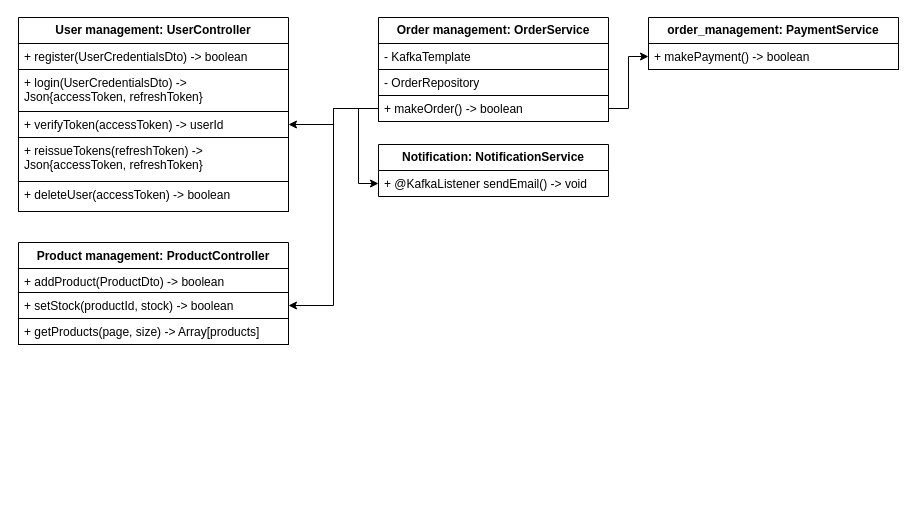
Earlier version of the draw.io diagram class_diagram.drawio (vacu9708/Shopping-mall). Source tidied: cells renumbered, new cells numbered last; positions are measured from the earlier drawing's top-left corner, leaving out a move shared by most shapes. Both pictures are drawn from the tidied source at 100%, with x=0, y=0 at pixel (18, 17).
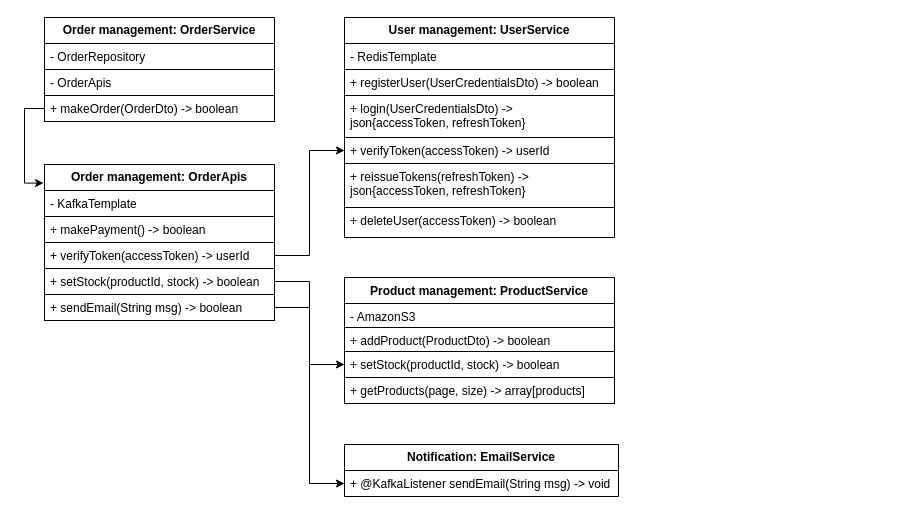
The same page after the edit.

Change to the diagram source:
```diff
@@
     <mxCell id="2" value="&lt;b&gt;Order management: OrderService&lt;/b&gt;" style="swimlane;fontStyle=0;horizontal=1;startSize=26;fillColor=none;whiteSpace=wrap;html=1;" parent="1" vertex="1">
-      <mxGeometry x="360" width="230" height="104" as="geometry" />
+      <mxGeometry x="26" width="230" height="104" as="geometry" />
     </mxCell>
-    <mxCell id="3" value="- KafkaTemplate" style="text;strokeColor=default;fillColor=default;align=left;verticalAlign=top;spacingLeft=4;spacingRight=4;overflow=hidden;whiteSpace=wrap;html=1;" parent="2" vertex="1">
-      <mxGeometry y="26" width="230" height="26" as="geometry" />
-    </mxCell>
     <mxCell id="4" value="- OrderRepository" style="text;strokeColor=default;fillColor=default;align=left;verticalAlign=top;spacingLeft=4;spacingRight=4;overflow=hidden;whiteSpace=wrap;html=1;" parent="2" vertex="1">
-      <mxGeometry y="52" width="230" height="26" as="geometry" />
+      <mxGeometry y="26" width="230" height="26" as="geometry" />
     </mxCell>
+    <mxCell id="24" value="- OrderApis" style="text;strokeColor=default;fillColor=default;align=left;verticalAlign=top;spacingLeft=4;spacingRight=4;overflow=hidden;whiteSpace=wrap;html=1;" parent="2" vertex="1">
+      <mxGeometry y="52" width="230" height="26" as="geometry" />
+    </mxCell>
-    <mxCell id="5" value="+ makeOrder() -&amp;gt; boolean" style="text;strokeColor=default;fillColor=default;align=left;verticalAlign=top;spacingLeft=4;spacingRight=4;overflow=hidden;points=[[0,0.5],[1,0.5]];portConstraint=eastwest;whiteSpace=wrap;html=1;" parent="2" vertex="1">
+    <mxCell id="5" value="+ makeOrder(OrderDto) -&amp;gt; boolean" style="text;strokeColor=default;fillColor=default;align=left;verticalAlign=top;spacingLeft=4;spacingRight=4;overflow=hidden;points=[[0,0.5],[1,0.5]];portConstraint=eastwest;whiteSpace=wrap;html=1;" parent="2" vertex="1">
       <mxGeometry y="78" width="230" height="26" as="geometry" />
     </mxCell>
-    <mxCell id="6" value="&lt;b&gt;User management: UserController&lt;/b&gt;" style="swimlane;fontStyle=0;horizontal=1;startSize=26;fillColor=none;whiteSpace=wrap;html=1;" parent="1" vertex="1">
-      <mxGeometry width="270" height="194" as="geometry" />
+    <mxCell id="6" value="&lt;b&gt;User management: UserService&lt;/b&gt;" style="swimlane;fontStyle=0;horizontal=1;startSize=26;fillColor=none;whiteSpace=wrap;html=1;" parent="1" vertex="1">
+      <mxGeometry x="326" width="270" height="220" as="geometry" />
     </mxCell>
-    <mxCell id="7" value="+ register(UserCredentialsDto) -&amp;gt; boolean" style="text;strokeColor=default;fillColor=none;align=left;verticalAlign=top;spacingLeft=4;spacingRight=4;overflow=hidden;whiteSpace=wrap;html=1;" parent="6" vertex="1">
-      <mxGeometry y="26" width="270" height="26" as="geometry" />
-    </mxCell>
+    <mxCell id="25" value="- RedisTemplate" style="text;strokeColor=default;fillColor=none;align=left;verticalAlign=top;spacingLeft=4;spacingRight=4;overflow=hidden;whiteSpace=wrap;html=1;" parent="6" vertex="1">
+      <mxGeometry y="26" width="270" height="26" as="geometry" />
+    </mxCell>
+    <mxCell id="26" value="+ registerUser(UserCredentialsDto) -&amp;gt; boolean" style="text;strokeColor=default;fillColor=none;align=left;verticalAlign=top;spacingLeft=4;spacingRight=4;overflow=hidden;whiteSpace=wrap;html=1;" parent="6" vertex="1">
+      <mxGeometry y="52" width="270" height="26" as="geometry" />
+    </mxCell>
-    <mxCell id="8" value="+ login(UserCredentialsDto&lt;span style=&quot;background-color: initial;&quot;&gt;) -&amp;gt; Json{accessToken, refreshToken}&lt;/span&gt;" style="text;strokeColor=default;fillColor=none;align=left;verticalAlign=top;spacingLeft=4;spacingRight=4;overflow=hidden;whiteSpace=wrap;html=1;" parent="6" vertex="1">
-      <mxGeometry y="52" width="270" height="42" as="geometry" />
+    <mxCell id="8" value="+ login(UserCredentialsDto&lt;span style=&quot;background-color: initial;&quot;&gt;) -&amp;gt; json{accessToken, refreshToken}&lt;/span&gt;" style="text;strokeColor=default;fillColor=none;align=left;verticalAlign=top;spacingLeft=4;spacingRight=4;overflow=hidden;whiteSpace=wrap;html=1;" parent="6" vertex="1">
+      <mxGeometry y="78" width="270" height="42" as="geometry" />
     </mxCell>
     <mxCell id="9" value="&lt;p style=&quot;margin-top: 0pt; margin-bottom: 0pt; margin-left: 0in; direction: ltr; unicode-bidi: embed; word-break: normal;&quot;&gt;+ verifyToken(accessToken) -&amp;gt; userId&lt;br&gt;&lt;/p&gt;" style="text;strokeColor=default;fillColor=none;align=left;verticalAlign=top;spacingLeft=4;spacingRight=4;overflow=hidden;points=[[0,0.5],[1,0.5]];portConstraint=eastwest;whiteSpace=wrap;html=1;" parent="6" vertex="1">
-      <mxGeometry y="94" width="270" height="26" as="geometry" />
+      <mxGeometry y="120" width="270" height="26" as="geometry" />
     </mxCell>
-    <mxCell id="10" value="&lt;p style=&quot;margin-top: 0pt; margin-bottom: 0pt; margin-left: 0in; direction: ltr; unicode-bidi: embed; word-break: normal;&quot;&gt;+ reissueTokens(refreshToken) -&amp;gt; Json{accessToken, refreshToken}&lt;br&gt;&lt;/p&gt;" style="text;strokeColor=default;fillColor=none;align=left;verticalAlign=top;spacingLeft=4;spacingRight=4;overflow=hidden;whiteSpace=wrap;html=1;" parent="6" vertex="1">
-      <mxGeometry y="120" width="270" height="44" as="geometry" />
+    <mxCell id="10" value="&lt;p style=&quot;margin-top: 0pt; margin-bottom: 0pt; margin-left: 0in; direction: ltr; unicode-bidi: embed; word-break: normal;&quot;&gt;+ reissueTokens(refreshToken) -&amp;gt; json{accessToken, refreshToken}&lt;br&gt;&lt;/p&gt;" style="text;strokeColor=default;fillColor=none;align=left;verticalAlign=top;spacingLeft=4;spacingRight=4;overflow=hidden;whiteSpace=wrap;html=1;" parent="6" vertex="1">
+      <mxGeometry y="146" width="270" height="44" as="geometry" />
     </mxCell>
     <mxCell id="11" value="&lt;p style=&quot;margin-top: 0pt; margin-bottom: 0pt; margin-left: 0in; direction: ltr; unicode-bidi: embed; word-break: normal;&quot;&gt;+ deleteUser(accessToken) -&amp;gt; boolean&lt;br&gt;&lt;/p&gt;" style="text;strokeColor=default;fillColor=none;align=left;verticalAlign=top;spacingLeft=4;spacingRight=4;overflow=hidden;whiteSpace=wrap;html=1;" parent="6" vertex="1">
-      <mxGeometry y="164" width="270" height="30" as="geometry" />
+      <mxGeometry y="190" width="270" height="30" as="geometry" />
     </mxCell>
-    <mxCell id="12" value="Product management: ProductController" style="swimlane;fontStyle=1;align=center;verticalAlign=top;horizontal=1;startSize=26;whiteSpace=wrap;html=1;fillColor=none;" parent="1" vertex="1">
-      <mxGeometry y="225" width="270" height="102" as="geometry" />
+    <mxCell id="12" value="Product management: ProductService" style="swimlane;fontStyle=1;align=center;verticalAlign=top;horizontal=1;startSize=26;whiteSpace=wrap;html=1;fillColor=none;" parent="1" vertex="1">
+      <mxGeometry x="326" y="260" width="270" height="126" as="geometry" />
     </mxCell>
+    <mxCell id="27" value="- AmazonS3" style="text;strokeColor=default;fillColor=none;align=left;verticalAlign=top;spacingLeft=4;spacingRight=4;overflow=hidden;whiteSpace=wrap;html=1;" parent="12" vertex="1">
+      <mxGeometry y="26" width="270" height="24" as="geometry" />
+    </mxCell>
     <mxCell id="13" value="+ addProduct(ProductDto) -&amp;gt; boolean" style="text;strokeColor=default;fillColor=none;align=left;verticalAlign=top;spacingLeft=4;spacingRight=4;overflow=hidden;whiteSpace=wrap;html=1;" parent="12" vertex="1">
-      <mxGeometry y="26" width="270" height="24" as="geometry" />
+      <mxGeometry y="50" width="270" height="24" as="geometry" />
     </mxCell>
     <mxCell id="14" value="+ setStock(productId, stock) -&amp;gt; boolean" style="text;strokeColor=default;fillColor=none;align=left;verticalAlign=top;spacingLeft=4;spacingRight=4;overflow=hidden;points=[[0,0.5],[1,0.5]];portConstraint=eastwest;whiteSpace=wrap;html=1;" parent="12" vertex="1">
-      <mxGeometry y="50" width="270" height="26" as="geometry" />
+      <mxGeometry y="74" width="270" height="26" as="geometry" />
     </mxCell>
-    <mxCell id="15" value="&lt;p style=&quot;margin-top: 0pt; margin-bottom: 0pt; margin-left: 0in; direction: ltr; unicode-bidi: embed; word-break: normal;&quot;&gt;+ getProducts(page, size) -&amp;gt; Array[products]&lt;br&gt;&lt;/p&gt;" style="text;strokeColor=default;fillColor=none;align=left;verticalAlign=top;spacingLeft=4;spacingRight=4;overflow=hidden;whiteSpace=wrap;html=1;" parent="12" vertex="1">
-      <mxGeometry y="76" width="270" height="26" as="geometry" />
+    <mxCell id="15" value="&lt;p style=&quot;margin-top: 0pt; margin-bottom: 0pt; margin-left: 0in; direction: ltr; unicode-bidi: embed; word-break: normal;&quot;&gt;+ getProducts(page, size) -&amp;gt; array[products]&lt;br&gt;&lt;/p&gt;" style="text;strokeColor=default;fillColor=none;align=left;verticalAlign=top;spacingLeft=4;spacingRight=4;overflow=hidden;whiteSpace=wrap;html=1;" parent="12" vertex="1">
+      <mxGeometry y="100" width="270" height="26" as="geometry" />
     </mxCell>
-    <mxCell id="16" value="&lt;b&gt;Notification: NotificationService&lt;/b&gt;" style="swimlane;fontStyle=0;horizontal=1;startSize=26;fillColor=none;whiteSpace=wrap;html=1;" parent="1" vertex="1">
-      <mxGeometry x="360" y="127" width="230" height="52" as="geometry" />
+    <mxCell id="16" value="&lt;b&gt;Notification: EmailService&lt;/b&gt;" style="swimlane;fontStyle=0;horizontal=1;startSize=26;fillColor=none;whiteSpace=wrap;html=1;" parent="1" vertex="1">
+      <mxGeometry x="326" y="427" width="274" height="52" as="geometry" />
     </mxCell>
-    <mxCell id="17" value="+ @KafkaListener sendEmail() -&amp;gt; void" style="text;strokeColor=none;fillColor=none;align=left;verticalAlign=top;spacingLeft=4;spacingRight=4;overflow=hidden;points=[[0,0.5],[1,0.5]];portConstraint=eastwest;whiteSpace=wrap;html=1;" parent="16" vertex="1">
-      <mxGeometry y="26" width="230" height="26" as="geometry" />
+    <mxCell id="17" value="+ @KafkaListener sendEmail(String msg) -&amp;gt; void" style="text;strokeColor=none;fillColor=none;align=left;verticalAlign=top;spacingLeft=4;spacingRight=4;overflow=hidden;points=[[0,0.5],[1,0.5]];portConstraint=eastwest;whiteSpace=wrap;html=1;" parent="16" vertex="1">
+      <mxGeometry y="26" width="274" height="26" as="geometry" />
     </mxCell>
-    <mxCell id="18" value="&lt;b&gt;order_management: PaymentService&lt;/b&gt;" style="swimlane;fontStyle=0;horizontal=1;startSize=26;fillColor=none;whiteSpace=wrap;html=1;" parent="1" vertex="1">
-      <mxGeometry x="630" width="250" height="52" as="geometry" />
+    <mxCell id="18" value="&lt;b&gt;Order management: OrderApis&lt;/b&gt;" style="swimlane;fontStyle=0;horizontal=1;startSize=26;fillColor=none;whiteSpace=wrap;html=1;" parent="1" vertex="1">
+      <mxGeometry x="26" y="147" width="230" height="156" as="geometry" />
     </mxCell>
+    <mxCell id="3" value="- KafkaTemplate" style="text;strokeColor=default;fillColor=default;align=left;verticalAlign=top;spacingLeft=4;spacingRight=4;overflow=hidden;whiteSpace=wrap;html=1;" parent="18" vertex="1">
+      <mxGeometry y="26" width="230" height="26" as="geometry" />
+    </mxCell>
     <mxCell id="19" value="+ makePayment() -&amp;gt; boolean" style="text;strokeColor=default;fillColor=default;align=left;verticalAlign=top;spacingLeft=4;spacingRight=4;overflow=hidden;points=[[0,0.5],[1,0.5]];portConstraint=eastwest;whiteSpace=wrap;html=1;" parent="18" vertex="1">
-      <mxGeometry y="26" width="250" height="26" as="geometry" />
+      <mxGeometry y="52" width="230" height="26" as="geometry" />
     </mxCell>
-    <mxCell id="20" style="edgeStyle=orthogonalEdgeStyle;rounded=0;jettySize=auto;html=1;entryX=1;entryY=0.5;entryDx=0;entryDy=0;" parent="1" edge="1" source="5" target="14">
-      <mxGeometry relative="1" as="geometry" />
-    </mxCell>
-    <mxCell id="21" style="edgeStyle=orthogonalEdgeStyle;rounded=0;jettySize=auto;html=1;entryX=1;entryY=0.5;entryDx=0;entryDy=0;" parent="1" edge="1" source="5" target="9">
-      <mxGeometry relative="1" as="geometry" />
-    </mxCell>
-    <mxCell id="22" style="edgeStyle=orthogonalEdgeStyle;rounded=0;jettySize=auto;html=1;entryX=0;entryY=0.5;entryDx=0;entryDy=0;" parent="1" edge="1" source="5" target="17">
-      <mxGeometry relative="1" as="geometry" />
-    </mxCell>
-    <mxCell id="23" style="edgeStyle=orthogonalEdgeStyle;rounded=0;jettySize=auto;html=1;entryX=0;entryY=0.5;entryDx=0;entryDy=0;" parent="1" edge="1" source="5" target="19">
-      <mxGeometry relative="1" as="geometry" />
-    </mxCell>
+    <mxCell id="28" value="+ verifyToken(accessToken) -&amp;gt; userId" style="text;strokeColor=default;fillColor=default;align=left;verticalAlign=top;spacingLeft=4;spacingRight=4;overflow=hidden;points=[[0,0.5],[1,0.5]];portConstraint=eastwest;whiteSpace=wrap;html=1;" parent="18" vertex="1">
+      <mxGeometry y="78" width="230" height="26" as="geometry" />
+    </mxCell>
+    <mxCell id="29" value="+ setStock(productId, stock) -&amp;gt; boolean" style="text;strokeColor=default;fillColor=default;align=left;verticalAlign=top;spacingLeft=4;spacingRight=4;overflow=hidden;points=[[0,0.5],[1,0.5]];portConstraint=eastwest;whiteSpace=wrap;html=1;" parent="18" vertex="1">
+      <mxGeometry y="104" width="230" height="26" as="geometry" />
+    </mxCell>
+    <mxCell id="30" value="+ sendEmail(String msg) -&amp;gt; boolean" style="text;strokeColor=default;fillColor=default;align=left;verticalAlign=top;spacingLeft=4;spacingRight=4;overflow=hidden;points=[[0,0.5],[1,0.5]];portConstraint=eastwest;whiteSpace=wrap;html=1;" parent="18" vertex="1">
+      <mxGeometry y="130" width="230" height="26" as="geometry" />
+    </mxCell>
+    <mxCell id="31" style="edgeStyle=orthogonalEdgeStyle;rounded=0;jettySize=auto;html=1;entryX=0;entryY=0.5;entryDx=0;entryDy=0;" parent="1" edge="1" source="29" target="14">
+      <mxGeometry relative="1" as="geometry" />
+    </mxCell>
+    <mxCell id="32" style="edgeStyle=orthogonalEdgeStyle;rounded=0;jettySize=auto;html=1;entryX=0;entryY=0.5;entryDx=0;entryDy=0;" parent="1" edge="1" source="30" target="17">
+      <mxGeometry relative="1" as="geometry" />
+    </mxCell>
+    <mxCell id="33" style="edgeStyle=orthogonalEdgeStyle;rounded=0;jettySize=auto;html=1;entryX=0;entryY=0.5;entryDx=0;entryDy=0;" parent="1" edge="1" source="28" target="9">
+      <mxGeometry relative="1" as="geometry" />
+    </mxCell>
+    <mxCell id="34" style="edgeStyle=orthogonalEdgeStyle;rounded=0;jettySize=auto;html=1;entryX=-0.004;entryY=0.119;entryDx=0;entryDy=0;entryPerimeter=0;" parent="1" edge="1" source="5" target="18">
+      <mxGeometry relative="1" as="geometry" />
+    </mxCell>
```
